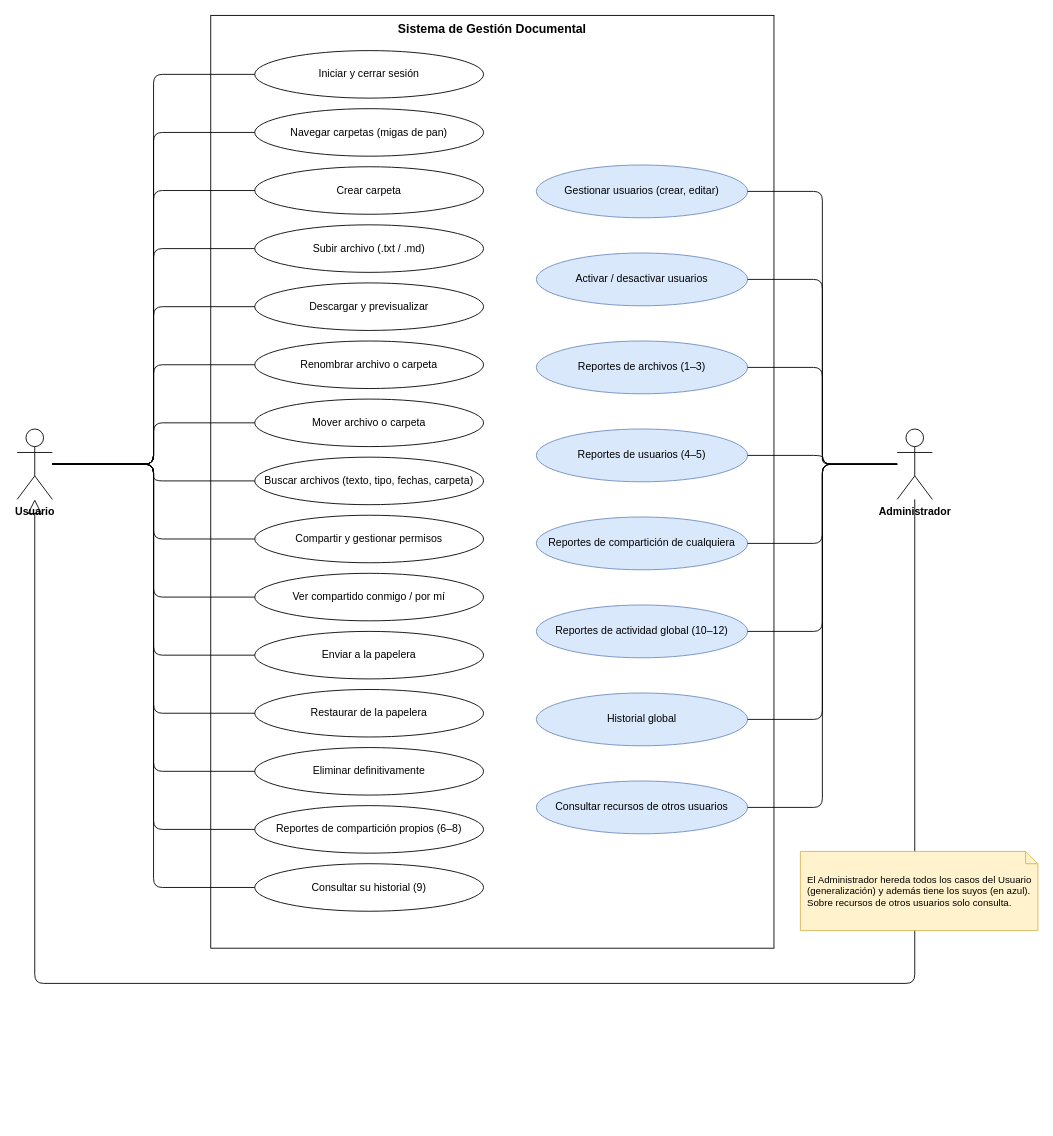
Above: docs/diagramas/casos-de-uso.drawio in LuisRV2112/proyectofinal_archivos2026 (draw.io), before the change. Source tidied: cells renumbered, new cells numbered last; positions are measured from the earlier drawing's top-left corner, leaving out a move shared by most shapes. Both pictures are drawn from the tidied source at 88%, with x=0, y=0 at pixel (17, 15).
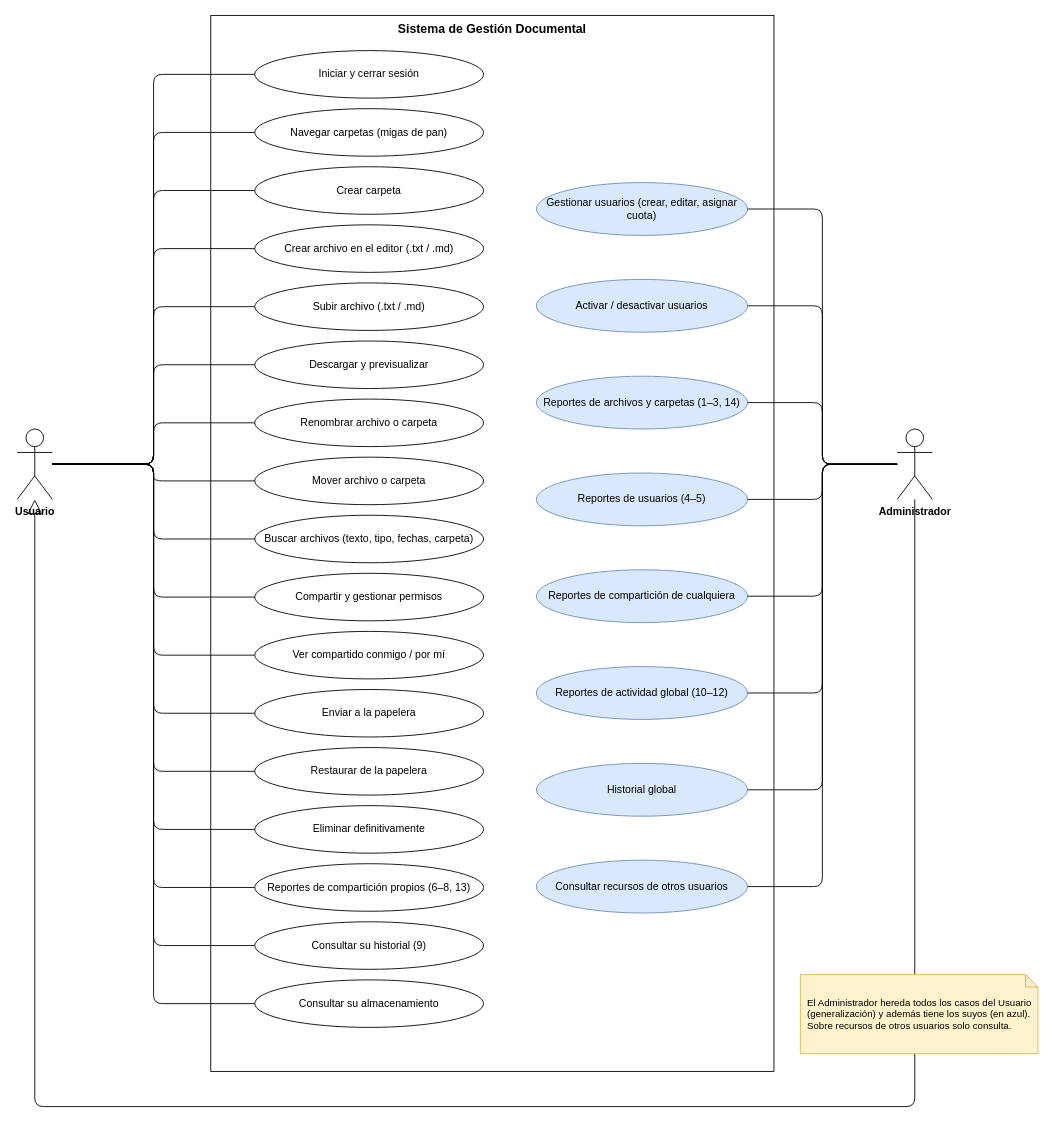
The same page after the edit.

Unchanged cells that the change refers to:
```xml
<mxCell id="3" value="Usuario" style="shape=umlActor;verticalLabelPosition=bottom;verticalAlign=top;html=1;outlineConnect=0;fontStyle=1;" parent="1" vertex="1">
  <mxGeometry y="470" width="40" height="80" as="geometry" />
</mxCell>
<mxCell id="4" value="Administrador" style="shape=umlActor;verticalLabelPosition=bottom;verticalAlign=top;html=1;outlineConnect=0;fontStyle=1;" parent="1" vertex="1">
  <mxGeometry x="1000" y="470" width="40" height="80" as="geometry" />
</mxCell>
```

Diff of the diagram source:
```diff
@@
     <mxCell id="2" value="Sistema de Gestión Documental" style="rounded=0;whiteSpace=wrap;html=1;verticalAlign=top;fontStyle=1;fontSize=14;fillColor=none;" parent="1" vertex="1">
-      <mxGeometry x="220" width="640" height="1060" as="geometry" />
+      <mxGeometry x="220" width="640" height="1200" as="geometry" />
     </mxCell>
@@
     <mxCell id="5" style="endArrow=block;endFill=0;endSize=14;html=1;dashed=0;" parent="1" edge="1" source="4" target="3">
       <mxGeometry relative="1" as="geometry">
         <Array as="points">
-          <mxPoint x="1020" y="1100" />
-          <mxPoint x="20" y="1100" />
+          <mxPoint x="1020" y="1240" />
+          <mxPoint x="20" y="1240" />
         </Array>
       </mxGeometry>
     </mxCell>
     <mxCell id="6" value="El Administrador hereda todos los casos del Usuario (generalización) y además tiene los suyos (en azul). Sobre recursos de otros usuarios solo consulta." style="shape=note;whiteSpace=wrap;html=1;size=14;align=left;spacingLeft=6;fontSize=11;fillColor=#fff2cc;strokeColor=#d6b656;" parent="1" vertex="1">
-      <mxGeometry x="890" y="950" width="270" height="90" as="geometry" />
+      <mxGeometry x="890" y="1090" width="270" height="90" as="geometry" />
     </mxCell>
@@
-    <mxCell id="13" value="Subir archivo (.txt / .md)" style="ellipse;whiteSpace=wrap;html=1;fontSize=12;" parent="1" vertex="1">
+    <mxCell id="13" value="Crear archivo en el editor (.txt / .md)" style="ellipse;whiteSpace=wrap;html=1;fontSize=12;" parent="1" vertex="1">
       <mxGeometry x="270" y="238" width="260" height="54" as="geometry" />
     </mxCell>
@@
-    <mxCell id="15" value="Descargar y previsualizar" style="ellipse;whiteSpace=wrap;html=1;fontSize=12;" parent="1" vertex="1">
+    <mxCell id="15" value="Subir archivo (.txt / .md)" style="ellipse;whiteSpace=wrap;html=1;fontSize=12;" parent="1" vertex="1">
       <mxGeometry x="270" y="304" width="260" height="54" as="geometry" />
     </mxCell>
@@
-    <mxCell id="17" value="Renombrar archivo o carpeta" style="ellipse;whiteSpace=wrap;html=1;fontSize=12;" parent="1" vertex="1">
+    <mxCell id="17" value="Descargar y previsualizar" style="ellipse;whiteSpace=wrap;html=1;fontSize=12;" parent="1" vertex="1">
       <mxGeometry x="270" y="370" width="260" height="54" as="geometry" />
     </mxCell>
@@
-    <mxCell id="19" value="Mover archivo o carpeta" style="ellipse;whiteSpace=wrap;html=1;fontSize=12;" parent="1" vertex="1">
+    <mxCell id="19" value="Renombrar archivo o carpeta" style="ellipse;whiteSpace=wrap;html=1;fontSize=12;" parent="1" vertex="1">
       <mxGeometry x="270" y="436" width="260" height="54" as="geometry" />
     </mxCell>
@@
-    <mxCell id="21" value="Buscar archivos (texto, tipo, fechas, carpeta)" style="ellipse;whiteSpace=wrap;html=1;fontSize=12;" parent="1" vertex="1">
+    <mxCell id="21" value="Mover archivo o carpeta" style="ellipse;whiteSpace=wrap;html=1;fontSize=12;" parent="1" vertex="1">
       <mxGeometry x="270" y="502" width="260" height="54" as="geometry" />
     </mxCell>
@@
-    <mxCell id="23" value="Compartir y gestionar permisos" style="ellipse;whiteSpace=wrap;html=1;fontSize=12;" parent="1" vertex="1">
+    <mxCell id="23" value="Buscar archivos (texto, tipo, fechas, carpeta)" style="ellipse;whiteSpace=wrap;html=1;fontSize=12;" parent="1" vertex="1">
       <mxGeometry x="270" y="568" width="260" height="54" as="geometry" />
     </mxCell>
@@
-    <mxCell id="25" value="Ver compartido conmigo / por mí" style="ellipse;whiteSpace=wrap;html=1;fontSize=12;" parent="1" vertex="1">
+    <mxCell id="25" value="Compartir y gestionar permisos" style="ellipse;whiteSpace=wrap;html=1;fontSize=12;" parent="1" vertex="1">
       <mxGeometry x="270" y="634" width="260" height="54" as="geometry" />
     </mxCell>
@@
-    <mxCell id="27" value="Enviar a la papelera" style="ellipse;whiteSpace=wrap;html=1;fontSize=12;" parent="1" vertex="1">
+    <mxCell id="27" value="Ver compartido conmigo / por mí" style="ellipse;whiteSpace=wrap;html=1;fontSize=12;" parent="1" vertex="1">
       <mxGeometry x="270" y="700" width="260" height="54" as="geometry" />
     </mxCell>
@@
-    <mxCell id="29" value="Restaurar de la papelera" style="ellipse;whiteSpace=wrap;html=1;fontSize=12;" parent="1" vertex="1">
+    <mxCell id="29" value="Enviar a la papelera" style="ellipse;whiteSpace=wrap;html=1;fontSize=12;" parent="1" vertex="1">
       <mxGeometry x="270" y="766" width="260" height="54" as="geometry" />
     </mxCell>
@@
-    <mxCell id="31" value="Eliminar definitivamente" style="ellipse;whiteSpace=wrap;html=1;fontSize=12;" parent="1" vertex="1">
+    <mxCell id="31" value="Restaurar de la papelera" style="ellipse;whiteSpace=wrap;html=1;fontSize=12;" parent="1" vertex="1">
       <mxGeometry x="270" y="832" width="260" height="54" as="geometry" />
     </mxCell>
@@
-    <mxCell id="33" value="Reportes de compartición propios (6–8)" style="ellipse;whiteSpace=wrap;html=1;fontSize=12;" parent="1" vertex="1">
+    <mxCell id="33" value="Eliminar definitivamente" style="ellipse;whiteSpace=wrap;html=1;fontSize=12;" parent="1" vertex="1">
       <mxGeometry x="270" y="898" width="260" height="54" as="geometry" />
     </mxCell>
@@
-    <mxCell id="35" value="Consultar su historial (9)" style="ellipse;whiteSpace=wrap;html=1;fontSize=12;" parent="1" vertex="1">
+    <mxCell id="35" value="Reportes de compartición propios (6–8, 13)" style="ellipse;whiteSpace=wrap;html=1;fontSize=12;" parent="1" vertex="1">
       <mxGeometry x="270" y="964" width="260" height="54" as="geometry" />
     </mxCell>
@@
-    <mxCell id="37" value="Gestionar usuarios (crear, editar)" style="ellipse;whiteSpace=wrap;html=1;fontSize=12;fillColor=#dae8fc;strokeColor=#6c8ebf;" parent="1" vertex="1">
-      <mxGeometry x="590" y="170" width="240" height="60" as="geometry" />
+    <mxCell id="37" value="Consultar su historial (9)" style="ellipse;whiteSpace=wrap;html=1;fontSize=12;" parent="1" vertex="1">
+      <mxGeometry x="270" y="1030" width="260" height="54" as="geometry" />
     </mxCell>
-    <mxCell id="38" style="endArrow=none;html=1;edgeStyle=orthogonalEdgeStyle;exitX=0;exitY=0.5;entryX=1;entryY=0.5;" parent="1" edge="1" source="4" target="37">
+    <mxCell id="38" style="endArrow=none;html=1;edgeStyle=orthogonalEdgeStyle;exitX=1;exitY=0.5;entryX=0;entryY=0.5;" parent="1" edge="1" source="3" target="37">
       <mxGeometry relative="1" as="geometry" />
     </mxCell>
-    <mxCell id="39" value="Activar / desactivar usuarios" style="ellipse;whiteSpace=wrap;html=1;fontSize=12;fillColor=#dae8fc;strokeColor=#6c8ebf;" parent="1" vertex="1">
-      <mxGeometry x="590" y="270" width="240" height="60" as="geometry" />
+    <mxCell id="39" value="Consultar su almacenamiento" style="ellipse;whiteSpace=wrap;html=1;fontSize=12;" parent="1" vertex="1">
+      <mxGeometry x="270" y="1096" width="260" height="54" as="geometry" />
     </mxCell>
-    <mxCell id="40" style="endArrow=none;html=1;edgeStyle=orthogonalEdgeStyle;exitX=0;exitY=0.5;entryX=1;entryY=0.5;" parent="1" edge="1" source="4" target="39">
+    <mxCell id="40" style="endArrow=none;html=1;edgeStyle=orthogonalEdgeStyle;exitX=1;exitY=0.5;entryX=0;entryY=0.5;" parent="1" edge="1" source="3" target="39">
       <mxGeometry relative="1" as="geometry" />
     </mxCell>
-    <mxCell id="41" value="Reportes de archivos (1–3)" style="ellipse;whiteSpace=wrap;html=1;fontSize=12;fillColor=#dae8fc;strokeColor=#6c8ebf;" parent="1" vertex="1">
-      <mxGeometry x="590" y="370" width="240" height="60" as="geometry" />
+    <mxCell id="41" value="Gestionar usuarios (crear, editar, asignar cuota)" style="ellipse;whiteSpace=wrap;html=1;fontSize=12;fillColor=#dae8fc;strokeColor=#6c8ebf;" parent="1" vertex="1">
+      <mxGeometry x="590" y="190" width="240" height="60" as="geometry" />
     </mxCell>
@@
-    <mxCell id="43" value="Reportes de usuarios (4–5)" style="ellipse;whiteSpace=wrap;html=1;fontSize=12;fillColor=#dae8fc;strokeColor=#6c8ebf;" parent="1" vertex="1">
-      <mxGeometry x="590" y="470" width="240" height="60" as="geometry" />
+    <mxCell id="43" value="Activar / desactivar usuarios" style="ellipse;whiteSpace=wrap;html=1;fontSize=12;fillColor=#dae8fc;strokeColor=#6c8ebf;" parent="1" vertex="1">
+      <mxGeometry x="590" y="300" width="240" height="60" as="geometry" />
     </mxCell>
@@
-    <mxCell id="45" value="Reportes de compartición de cualquiera" style="ellipse;whiteSpace=wrap;html=1;fontSize=12;fillColor=#dae8fc;strokeColor=#6c8ebf;" parent="1" vertex="1">
-      <mxGeometry x="590" y="570" width="240" height="60" as="geometry" />
+    <mxCell id="45" value="Reportes de archivos y carpetas (1–3, 14)" style="ellipse;whiteSpace=wrap;html=1;fontSize=12;fillColor=#dae8fc;strokeColor=#6c8ebf;" parent="1" vertex="1">
+      <mxGeometry x="590" y="410" width="240" height="60" as="geometry" />
     </mxCell>
@@
-    <mxCell id="47" value="Reportes de actividad global (10–12)" style="ellipse;whiteSpace=wrap;html=1;fontSize=12;fillColor=#dae8fc;strokeColor=#6c8ebf;" parent="1" vertex="1">
-      <mxGeometry x="590" y="670" width="240" height="60" as="geometry" />
+    <mxCell id="47" value="Reportes de usuarios (4–5)" style="ellipse;whiteSpace=wrap;html=1;fontSize=12;fillColor=#dae8fc;strokeColor=#6c8ebf;" parent="1" vertex="1">
+      <mxGeometry x="590" y="520" width="240" height="60" as="geometry" />
     </mxCell>
@@
-    <mxCell id="49" value="Historial global" style="ellipse;whiteSpace=wrap;html=1;fontSize=12;fillColor=#dae8fc;strokeColor=#6c8ebf;" parent="1" vertex="1">
-      <mxGeometry x="590" y="770" width="240" height="60" as="geometry" />
+    <mxCell id="49" value="Reportes de compartición de cualquiera" style="ellipse;whiteSpace=wrap;html=1;fontSize=12;fillColor=#dae8fc;strokeColor=#6c8ebf;" parent="1" vertex="1">
+      <mxGeometry x="590" y="630" width="240" height="60" as="geometry" />
     </mxCell>
@@
-    <mxCell id="51" value="Consultar recursos de otros usuarios" style="ellipse;whiteSpace=wrap;html=1;fontSize=12;fillColor=#dae8fc;strokeColor=#6c8ebf;" parent="1" vertex="1">
-      <mxGeometry x="590" y="870" width="240" height="60" as="geometry" />
+    <mxCell id="51" value="Reportes de actividad global (10–12)" style="ellipse;whiteSpace=wrap;html=1;fontSize=12;fillColor=#dae8fc;strokeColor=#6c8ebf;" parent="1" vertex="1">
+      <mxGeometry x="590" y="740" width="240" height="60" as="geometry" />
     </mxCell>
@@
+    <mxCell id="53" value="Historial global" style="ellipse;whiteSpace=wrap;html=1;fontSize=12;fillColor=#dae8fc;strokeColor=#6c8ebf;" parent="1" vertex="1">
+      <mxGeometry x="590" y="850" width="240" height="60" as="geometry" />
+    </mxCell>
+    <mxCell id="54" style="endArrow=none;html=1;edgeStyle=orthogonalEdgeStyle;exitX=0;exitY=0.5;entryX=1;entryY=0.5;" parent="1" edge="1" source="4" target="53">
+      <mxGeometry relative="1" as="geometry" />
+    </mxCell>
+    <mxCell id="55" value="Consultar recursos de otros usuarios" style="ellipse;whiteSpace=wrap;html=1;fontSize=12;fillColor=#dae8fc;strokeColor=#6c8ebf;" parent="1" vertex="1">
+      <mxGeometry x="590" y="960" width="240" height="60" as="geometry" />
+    </mxCell>
+    <mxCell id="56" style="endArrow=none;html=1;edgeStyle=orthogonalEdgeStyle;exitX=0;exitY=0.5;entryX=1;entryY=0.5;" parent="1" edge="1" source="4" target="55">
+      <mxGeometry relative="1" as="geometry" />
+    </mxCell>
```
